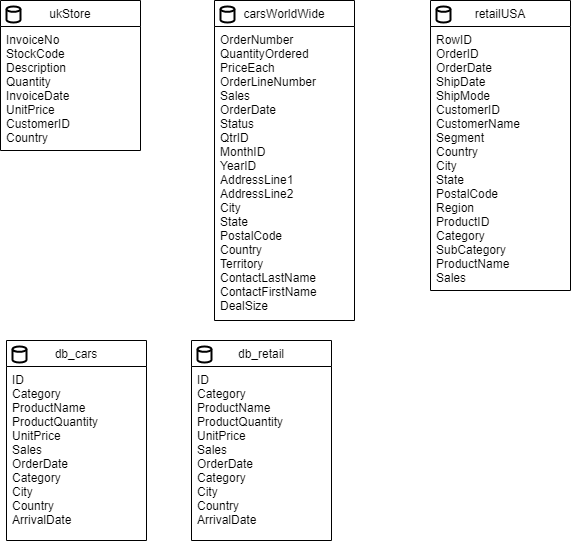
Above: stores_sales_bi/recursos/imagenes_y_videos/etl_databases/all_databases.png in spuerta10/projects (draw.io), before the change. Source tidied: cells renumbered, new cells last; positions are measured from the earlier drawing's top-left corner, leaving out a move shared by most shapes.
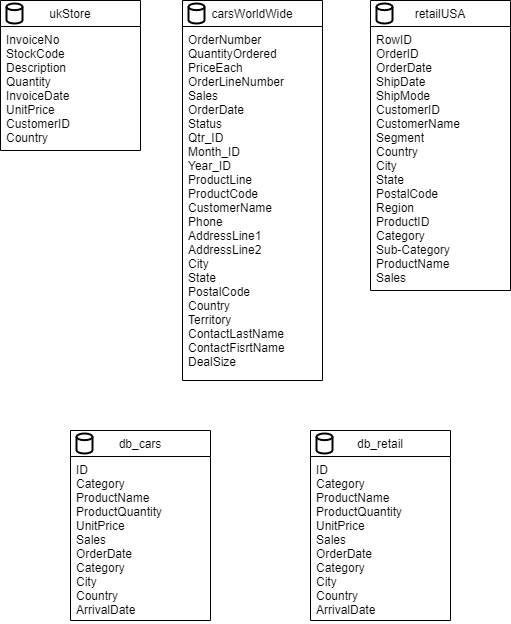
After the change.

Diff of the diagram source:
```diff
@@ -3,49 +3,49 @@
     <mxCell id="0" />
     <mxCell id="1" parent="0" />
     <mxCell id="2" value="ukStore" style="swimlane;fontStyle=0;horizontal=1;startSize=26;fillColor=none;" parent="1" vertex="1">
-      <mxGeometry width="140" height="150" as="geometry" />
+      <mxGeometry x="31" width="140" height="150" as="geometry" />
     </mxCell>
     <mxCell id="3" value="InvoiceNo&#10;StockCode&#10;Description&#10;Quantity&#10;InvoiceDate&#10;UnitPrice&#10;CustomerID&#10;Country" style="text;strokeColor=none;fillColor=none;align=left;verticalAlign=top;spacingLeft=4;spacingRight=4;overflow=hidden;" parent="2" vertex="1">
       <mxGeometry y="26" width="140" height="124" as="geometry" />
     </mxCell>
-    <mxCell id="4" style="strokeWidth=2;html=1;shape=mxgraph.flowchart.database;whiteSpace=wrap;" parent="1" vertex="1">
-      <mxGeometry x="6" y="6" width="14" height="16" as="geometry" />
-    </mxCell>
     <mxCell id="5" value="carsWorldWide" style="swimlane;fontStyle=0;horizontal=1;startSize=26;fillColor=none;" parent="1" vertex="1">
-      <mxGeometry x="214" width="140" height="320" as="geometry" />
+      <mxGeometry x="213" width="140" height="380" as="geometry" />
     </mxCell>
-    <mxCell id="6" value="OrderNumber&#10;QuantityOrdered&#10;PriceEach&#10;OrderLineNumber&#10;Sales&#10;OrderDate&#10;Status&#10;QtrID&#10;MonthID&#10;YearID&#10;AddressLine1&#10;AddressLine2&#10;City&#10;State&#10;PostalCode&#10;Country&#10;Territory&#10;ContactLastName&#10;ContactFirstName&#10;DealSize" style="text;strokeColor=none;fillColor=none;align=left;verticalAlign=top;spacingLeft=4;spacingRight=4;overflow=hidden;" parent="5" vertex="1">
-      <mxGeometry y="26" width="140" height="294" as="geometry" />
-    </mxCell>
-    <mxCell id="7" style="strokeWidth=2;html=1;shape=mxgraph.flowchart.database;whiteSpace=wrap;" parent="1" vertex="1">
-      <mxGeometry x="220" y="6" width="14" height="16" as="geometry" />
-    </mxCell>
+    <mxCell id="17" value="OrderNumber&#10;QuantityOrdered&#10;PriceEach&#10;OrderLineNumber&#10;Sales&#10;OrderDate&#10;Status&#10;Qtr_ID&#10;Month_ID&#10;Year_ID&#10;ProductLine&#10;ProductCode&#10;CustomerName&#10;Phone&#10;AddressLine1&#10;AddressLine2&#10;City&#10;State&#10;PostalCode&#10;Country&#10;Territory&#10;ContactLastName&#10;ContactFisrtName&#10;DealSize" style="text;strokeColor=none;fillColor=none;align=left;verticalAlign=top;spacingLeft=4;spacingRight=4;overflow=hidden;" parent="5" vertex="1">
+      <mxGeometry y="26" width="140" height="354" as="geometry" />
+    </mxCell>
     <mxCell id="8" value="retailUSA" style="swimlane;fontStyle=0;horizontal=1;startSize=26;fillColor=none;" parent="1" vertex="1">
-      <mxGeometry x="430" width="140" height="290" as="geometry" />
+      <mxGeometry x="401" width="140" height="290" as="geometry" />
     </mxCell>
-    <mxCell id="9" value="RowID&#10;OrderID&#10;OrderDate&#10;ShipDate&#10;ShipMode&#10;CustomerID&#10;CustomerName&#10;Segment&#10;Country&#10;City&#10;State&#10;PostalCode&#10;Region&#10;ProductID&#10;Category&#10;SubCategory&#10;ProductName&#10;Sales" style="text;strokeColor=none;fillColor=none;align=left;verticalAlign=top;spacingLeft=4;spacingRight=4;overflow=hidden;" parent="8" vertex="1">
-      <mxGeometry y="26" width="140" height="264" as="geometry" />
-    </mxCell>
-    <mxCell id="10" style="strokeWidth=2;html=1;shape=mxgraph.flowchart.database;whiteSpace=wrap;" parent="1" vertex="1">
-      <mxGeometry x="436" y="6" width="14" height="16" as="geometry" />
-    </mxCell>
+    <mxCell id="18" value="RowID&#10;OrderID&#10;OrderDate&#10;ShipDate&#10;ShipMode&#10;CustomerID&#10;CustomerName&#10;Segment&#10;Country&#10;City&#10;State&#10;PostalCode&#10;Region&#10;ProductID&#10;Category&#10;Sub-Category&#10;ProductName&#10;Sales" style="text;strokeColor=none;fillColor=none;align=left;verticalAlign=top;spacingLeft=4;spacingRight=4;overflow=hidden;" parent="8" vertex="1">
+      <mxGeometry y="26" width="140" height="264" as="geometry" />
+    </mxCell>
     <mxCell id="11" value="db_cars" style="swimlane;fontStyle=0;horizontal=1;startSize=26;fillColor=none;" parent="1" vertex="1">
-      <mxGeometry x="6" y="340" width="140" height="200" as="geometry" />
+      <mxGeometry x="101" y="430" width="140" height="190" as="geometry" />
     </mxCell>
-    <mxCell id="12" value="ID&#10;Category&#10;ProductName&#10;ProductQuantity&#10;UnitPrice&#10;Sales&#10;OrderDate&#10;Category&#10;City&#10;Country&#10;ArrivalDate&#10;" style="text;strokeColor=none;fillColor=none;align=left;verticalAlign=top;spacingLeft=4;spacingRight=4;overflow=hidden;" parent="11" vertex="1">
-      <mxGeometry y="26" width="140" height="174" as="geometry" />
-    </mxCell>
-    <mxCell id="13" style="strokeWidth=2;html=1;shape=mxgraph.flowchart.database;whiteSpace=wrap;" parent="1" vertex="1">
-      <mxGeometry x="12" y="346" width="14" height="16" as="geometry" />
-    </mxCell>
+    <mxCell id="19" value="ID&#10;Category&#10;ProductName&#10;ProductQuantity&#10;UnitPrice&#10;Sales&#10;OrderDate&#10;Category&#10;City&#10;Country&#10;ArrivalDate" style="text;strokeColor=none;fillColor=none;align=left;verticalAlign=top;spacingLeft=4;spacingRight=4;overflow=hidden;" parent="11" vertex="1">
+      <mxGeometry y="26" width="140" height="164" as="geometry" />
+    </mxCell>
     <mxCell id="14" value="db_retail" style="swimlane;fontStyle=0;horizontal=1;startSize=26;fillColor=none;" parent="1" vertex="1">
-      <mxGeometry x="191" y="340" width="140" height="200" as="geometry" />
+      <mxGeometry x="341" y="430" width="140" height="190" as="geometry" />
     </mxCell>
-    <mxCell id="15" value="ID&#10;Category&#10;ProductName&#10;ProductQuantity&#10;UnitPrice&#10;Sales&#10;OrderDate&#10;Category&#10;City&#10;Country&#10;ArrivalDate&#10;" style="text;strokeColor=none;fillColor=none;align=left;verticalAlign=top;spacingLeft=4;spacingRight=4;overflow=hidden;" parent="14" vertex="1">
-      <mxGeometry y="26" width="140" height="174" as="geometry" />
-    </mxCell>
-    <mxCell id="16" style="strokeWidth=2;html=1;shape=mxgraph.flowchart.database;whiteSpace=wrap;" parent="1" vertex="1">
-      <mxGeometry x="197" y="346" width="14" height="16" as="geometry" />
-    </mxCell>
+    <mxCell id="20" value="ID&#10;Category&#10;ProductName&#10;ProductQuantity&#10;UnitPrice&#10;Sales&#10;OrderDate&#10;Category&#10;City&#10;Country&#10;ArrivalDate" style="text;strokeColor=none;fillColor=none;align=left;verticalAlign=top;spacingLeft=4;spacingRight=4;overflow=hidden;" parent="14" vertex="1">
+      <mxGeometry y="26" width="140" height="164" as="geometry" />
+    </mxCell>
+    <mxCell id="21" style="strokeWidth=2;html=1;shape=mxgraph.flowchart.database;whiteSpace=wrap;" parent="1" vertex="1">
+      <mxGeometry x="107" y="433" width="16" height="20" as="geometry" />
+    </mxCell>
+    <mxCell id="22" style="strokeWidth=2;html=1;shape=mxgraph.flowchart.database;whiteSpace=wrap;" parent="1" vertex="1">
+      <mxGeometry x="347" y="433" width="16" height="20" as="geometry" />
+    </mxCell>
+    <mxCell id="23" style="strokeWidth=2;html=1;shape=mxgraph.flowchart.database;whiteSpace=wrap;" parent="1" vertex="1">
+      <mxGeometry x="37" y="3" width="16" height="20" as="geometry" />
+    </mxCell>
+    <mxCell id="24" style="strokeWidth=2;html=1;shape=mxgraph.flowchart.database;whiteSpace=wrap;" parent="1" vertex="1">
+      <mxGeometry x="219" y="3" width="16" height="20" as="geometry" />
+    </mxCell>
+    <mxCell id="25" style="strokeWidth=2;html=1;shape=mxgraph.flowchart.database;whiteSpace=wrap;" parent="1" vertex="1">
+      <mxGeometry x="407" y="3" width="16" height="20" as="geometry" />
+    </mxCell>
   </root>
 </mxGraphModel>
```
